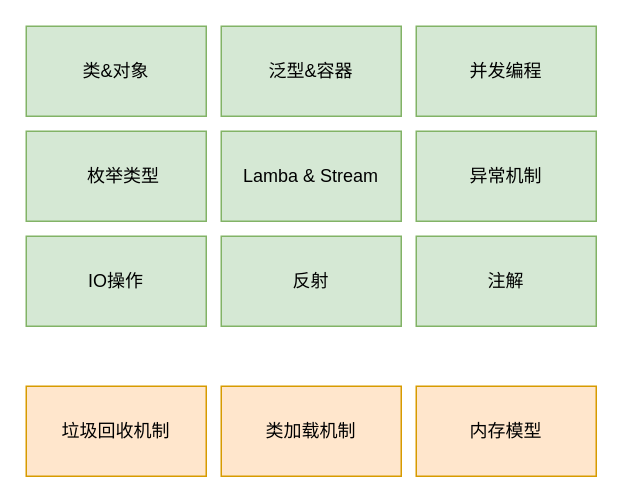
The draw.io diagram java_fundamental_learning.drawio in ZiqingYip/moment, before the edit. Source tidied: cells renumbered, new cells numbered last; positions are measured from the earlier drawing's top-left corner, leaving out a move shared by most shapes. Both pictures are drawn from the tidied source at 150%, with x=0, y=0 at pixel (26, 26).
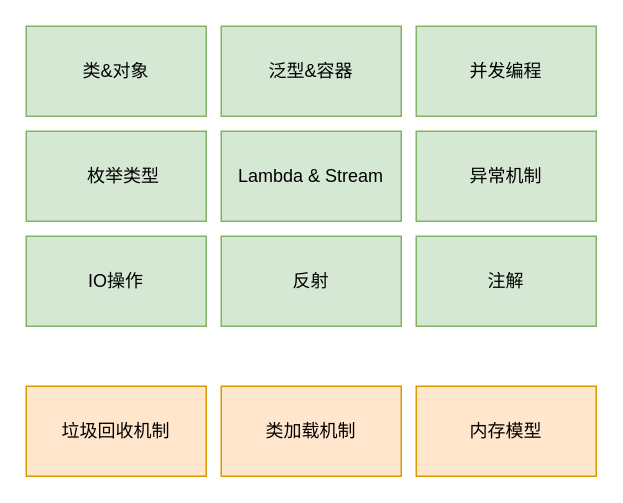
After the change.

Change to the diagram source:
```diff
@@
 <mxGraphModel>
   <root>
     <mxCell id="0" />
     <mxCell id="1" parent="0" />
     <mxCell id="2" value="类&amp;amp;对象" style="rounded=0;whiteSpace=wrap;html=1;fillColor=#d5e8d4;strokeColor=#82b366;" parent="1" vertex="1">
       <mxGeometry width="120" height="60" as="geometry" />
     </mxCell>
     <mxCell id="3" value="泛型&amp;amp;容器" style="rounded=0;whiteSpace=wrap;html=1;fillColor=#d5e8d4;strokeColor=#82b366;" parent="1" vertex="1">
       <mxGeometry x="130" width="120" height="60" as="geometry" />
     </mxCell>
     <mxCell id="4" value="&amp;nbsp; &amp;nbsp;枚举类型" style="rounded=0;whiteSpace=wrap;html=1;fillColor=#d5e8d4;strokeColor=#82b366;" parent="1" vertex="1">
       <mxGeometry y="70" width="120" height="60" as="geometry" />
     </mxCell>
     <mxCell id="5" value="并发编程" style="rounded=0;whiteSpace=wrap;html=1;fillColor=#d5e8d4;strokeColor=#82b366;" parent="1" vertex="1">
       <mxGeometry x="260" width="120" height="60" as="geometry" />
     </mxCell>
-    <mxCell id="6" value="Lamba &amp;amp; Stream" style="rounded=0;whiteSpace=wrap;html=1;fillColor=#d5e8d4;strokeColor=#82b366;" parent="1" vertex="1">
+    <mxCell id="6" value="Lambda &amp;amp; Stream" style="rounded=0;whiteSpace=wrap;html=1;fillColor=#d5e8d4;strokeColor=#82b366;" parent="1" vertex="1">
       <mxGeometry x="130" y="70" width="120" height="60" as="geometry" />
     </mxCell>
     <mxCell id="7" value="IO操作" style="rounded=0;whiteSpace=wrap;html=1;fillColor=#d5e8d4;strokeColor=#82b366;" parent="1" vertex="1">
       <mxGeometry y="140" width="120" height="60" as="geometry" />
     </mxCell>
     <mxCell id="8" value="异常机制" style="rounded=0;whiteSpace=wrap;html=1;fillColor=#d5e8d4;strokeColor=#82b366;" parent="1" vertex="1">
       <mxGeometry x="260" y="70" width="120" height="60" as="geometry" />
     </mxCell>
     <mxCell id="9" value="反射" style="rounded=0;whiteSpace=wrap;html=1;fillColor=#d5e8d4;strokeColor=#82b366;" parent="1" vertex="1">
       <mxGeometry x="130" y="140" width="120" height="60" as="geometry" />
     </mxCell>
     <mxCell id="10" value="注解" style="rounded=0;whiteSpace=wrap;html=1;fillColor=#d5e8d4;strokeColor=#82b366;" parent="1" vertex="1">
       <mxGeometry x="260" y="140" width="120" height="60" as="geometry" />
     </mxCell>
     <mxCell id="11" value="垃圾回收机制" style="rounded=0;whiteSpace=wrap;html=1;fillColor=#ffe6cc;strokeColor=#d79b00;" parent="1" vertex="1">
       <mxGeometry y="240" width="120" height="60" as="geometry" />
     </mxCell>
     <mxCell id="12" value="类加载机制" style="rounded=0;whiteSpace=wrap;html=1;fillColor=#ffe6cc;strokeColor=#d79b00;" parent="1" vertex="1">
       <mxGeometry x="130" y="240" width="120" height="60" as="geometry" />
     </mxCell>
     <mxCell id="13" value="内存模型" style="rounded=0;whiteSpace=wrap;html=1;fillColor=#ffe6cc;strokeColor=#d79b00;" parent="1" vertex="1">
       <mxGeometry x="260" y="240" width="120" height="60" as="geometry" />
     </mxCell>
   </root>
 </mxGraphModel>
```
